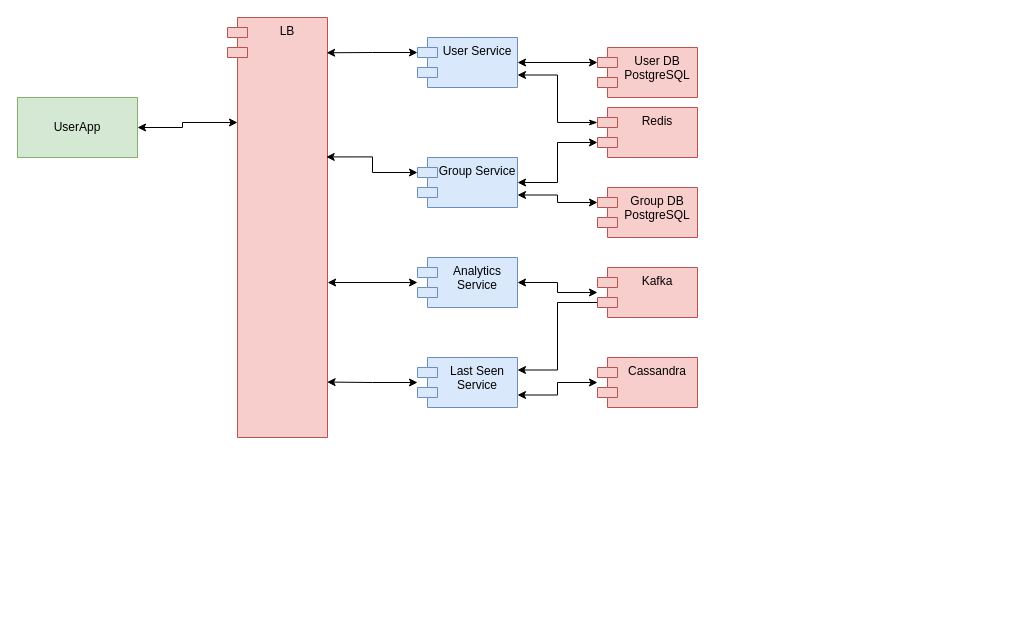
juhnowski/system_design keeps this draw.io diagram as page "UserApp" (3 of 3) of watsapp.drawio. Above is the earlier version. Source tidied: cells renumbered, new cells numbered last; positions are measured from the earlier drawing's top-left corner, leaving out a move shared by most shapes. Both pictures are drawn from the tidied source at 100%, with x=0, y=0 at pixel (17, 17).
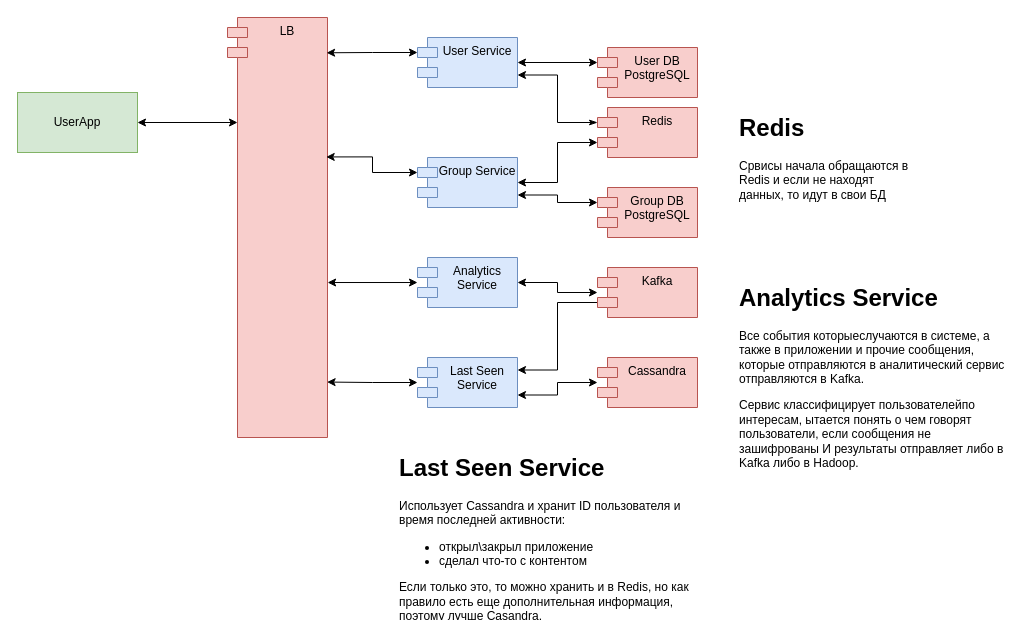
After the change.

Diff of the diagram source:
```diff
@@
     <mxCell id="2" value="UserApp" style="rounded=0;whiteSpace=wrap;html=1;fillColor=#d5e8d4;strokeColor=#82b366;" parent="1" vertex="1">
-      <mxGeometry y="80" width="120" height="60" as="geometry" />
+      <mxGeometry y="75" width="120" height="60" as="geometry" />
     </mxCell>
@@
+    <mxCell id="25" value="&lt;h1 style=&quot;margin-top: 0px;&quot;&gt;Redis&lt;/h1&gt;&lt;p&gt;Срвисы начала обращаются в Redis и если не находят данных, то идут в свои БД&lt;/p&gt;" style="text;html=1;whiteSpace=wrap;overflow=hidden;rounded=0;" parent="1" vertex="1">
+      <mxGeometry x="720" y="90" width="180" height="120" as="geometry" />
+    </mxCell>
+    <mxCell id="26" value="&lt;h1 style=&quot;margin-top: 0px;&quot;&gt;Analytics Service&lt;/h1&gt;&lt;p&gt;Все события которыеслучаются в системе, а также в приложении и прочие сообщения, которые отправляются в аналитический сервис отправляются в Kafka.&amp;nbsp;&lt;/p&gt;&lt;p&gt;Сервис классифицирует пользователейпо интересам, ытается понять о чем говорят пользователи, если сообщения не зашифрованы И результаты отправляет либо в Kafka либо в Hadoop.&lt;/p&gt;&lt;p&gt;&lt;br&gt;&lt;/p&gt;" style="text;html=1;whiteSpace=wrap;overflow=hidden;rounded=0;" parent="1" vertex="1">
+      <mxGeometry x="720" y="260" width="270" height="200" as="geometry" />
+    </mxCell>
+    <mxCell id="27" value="&lt;h1 style=&quot;margin-top: 0px;&quot;&gt;Last Seen Service&lt;/h1&gt;&lt;p&gt;Использует Cassandra и хранит ID пользователя и время последней активности:&lt;/p&gt;&lt;p&gt;&lt;/p&gt;&lt;ul&gt;&lt;li&gt;открыл\закрыл приложение&lt;/li&gt;&lt;li&gt;сделал что-то с контентом&lt;/li&gt;&lt;/ul&gt;&lt;p&gt;&lt;/p&gt;&lt;p&gt;Если только это, то можно хранить и в Redis, но как правило есть еще дополнительная информация, поэтому лучше Casandra.&lt;/p&gt;" style="text;html=1;whiteSpace=wrap;overflow=hidden;rounded=0;" parent="1" vertex="1">
+      <mxGeometry x="380" y="430" width="300" height="170" as="geometry" />
+    </mxCell>
```
